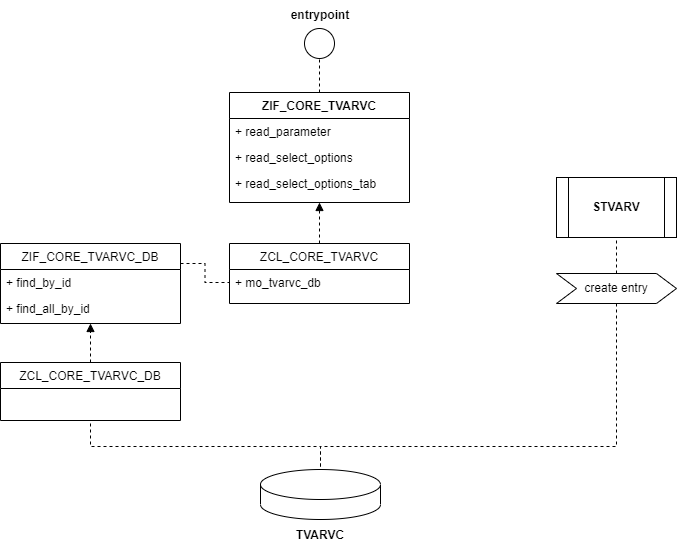
raketenstart-abap/abap-tvarvc keeps this draw.io diagram as .images/img-01.png. Above is the earlier version. Source tidied: cells renumbered, new cells last; positions are measured from the earlier drawing's top-left corner, leaving out a move shared by most shapes. Source of this version:
```xml
<mxGraphModel>
  <root>
    <mxCell id="0" />
    <mxCell id="1" parent="0" />
    <mxCell id="2" value="ZCL_CORE_TVARVC" style="swimlane;fontStyle=0;align=center;verticalAlign=top;horizontal=1;startSize=26;rounded=0;shadow=0;strokeWidth=1;" parent="1" vertex="1">
      <mxGeometry x="229" y="243" width="180" height="60" as="geometry" />
    </mxCell>
    <mxCell id="3" value="+ mo_tvarvc_db" style="text;align=left;verticalAlign=top;spacingLeft=4;spacingRight=4;overflow=hidden;points=[[0,0.5],[1,0.5]];portConstraint=eastwest;" parent="2" vertex="1">
      <mxGeometry y="26" width="180" height="26" as="geometry" />
    </mxCell>
    <mxCell id="4" value="ZIF_CORE_TVARVC" style="swimlane;fontStyle=1;align=center;verticalAlign=top;horizontal=1;startSize=26;rounded=0;shadow=0;strokeWidth=1;" parent="1" vertex="1">
      <mxGeometry x="229" y="92" width="180" height="110" as="geometry" />
    </mxCell>
    <mxCell id="5" value="+ read_parameter" style="text;align=left;verticalAlign=top;spacingLeft=4;spacingRight=4;overflow=hidden;" parent="4" vertex="1">
      <mxGeometry y="26" width="180" height="26" as="geometry" />
    </mxCell>
    <mxCell id="6" value="+ read_select_options" style="text;align=left;verticalAlign=top;spacingLeft=4;spacingRight=4;overflow=hidden;rounded=0;shadow=0;html=0;" parent="4" vertex="1">
      <mxGeometry y="52" width="180" height="26" as="geometry" />
    </mxCell>
    <mxCell id="7" value="+ read_select_options_tab" style="text;align=left;verticalAlign=top;spacingLeft=4;spacingRight=4;overflow=hidden;rounded=0;shadow=0;html=0;" parent="4" vertex="1">
      <mxGeometry y="78" width="180" height="26" as="geometry" />
    </mxCell>
    <mxCell id="8" style="endArrow=block;html=1;rounded=0;entryX=0.5;entryY=1;entryDx=0;entryDy=0;exitX=0.5;exitY=0;exitDx=0;exitDy=0;dashed=1;endFill=1;" parent="1" edge="1" source="2" target="4">
      <mxGeometry relative="1" as="geometry" />
    </mxCell>
    <mxCell id="9" value="ZIF_CORE_TVARVC_DB" style="swimlane;fontStyle=0;align=center;verticalAlign=top;horizontal=1;startSize=26;rounded=0;shadow=0;strokeWidth=1;" parent="1" vertex="1">
      <mxGeometry y="243" width="180" height="80" as="geometry" />
    </mxCell>
    <mxCell id="10" value="+ find_by_id" style="text;align=left;verticalAlign=top;spacingLeft=4;spacingRight=4;overflow=hidden;" parent="9" vertex="1">
      <mxGeometry y="26" width="180" height="26" as="geometry" />
    </mxCell>
    <mxCell id="11" value="+ find_all_by_id" style="text;align=left;verticalAlign=top;spacingLeft=4;spacingRight=4;overflow=hidden;rounded=0;shadow=0;html=0;" parent="9" vertex="1">
      <mxGeometry y="52" width="180" height="26" as="geometry" />
    </mxCell>
    <mxCell id="12" value="ZCL_CORE_TVARVC_DB" style="swimlane;fontStyle=0;align=center;verticalAlign=top;horizontal=1;startSize=26;rounded=0;shadow=0;strokeWidth=1;" parent="1" vertex="1">
      <mxGeometry y="362" width="180" height="58" as="geometry" />
    </mxCell>
    <mxCell id="13" style="endArrow=block;html=1;rounded=0;entryX=0.5;entryY=1;entryDx=0;entryDy=0;exitX=0.5;exitY=0;exitDx=0;exitDy=0;dashed=1;endFill=1;" parent="1" edge="1" source="12">
      <mxGeometry relative="1" as="geometry">
        <mxPoint x="90" y="323" as="targetPoint" />
      </mxGeometry>
    </mxCell>
    <mxCell id="14" style="shape=cylinder3;whiteSpace=wrap;html=1;boundedLbl=1;backgroundOutline=1;size=15;" parent="1" vertex="1">
      <mxGeometry x="260" y="469" width="120" height="50" as="geometry" />
    </mxCell>
    <mxCell id="15" style="endArrow=none;dashed=1;html=1;rounded=0;exitX=0.5;exitY=0;exitDx=0;exitDy=0;exitPerimeter=0;entryX=0.5;entryY=1;entryDx=0;entryDy=0;edgeStyle=orthogonalEdgeStyle;" parent="1" edge="1" target="12">
      <mxGeometry relative="1" as="geometry">
        <mxPoint x="320" y="466" as="sourcePoint" />
        <Array as="points">
          <mxPoint x="320" y="446" />
          <mxPoint x="90" y="446" />
        </Array>
      </mxGeometry>
    </mxCell>
    <mxCell id="16" value="&lt;b&gt;TVARVC&lt;/b&gt;" style="text;html=1;strokeColor=none;fillColor=none;align=center;verticalAlign=middle;whiteSpace=wrap;rounded=0;" parent="1" vertex="1">
      <mxGeometry x="290" y="520" width="60" height="30" as="geometry" />
    </mxCell>
    <mxCell id="17" style="endArrow=none;html=1;rounded=0;dashed=1;exitX=1;exitY=0.25;exitDx=0;exitDy=0;entryX=0;entryY=0.5;entryDx=0;entryDy=0;edgeStyle=orthogonalEdgeStyle;" parent="1" edge="1" source="9" target="3">
      <mxGeometry relative="1" as="geometry" />
    </mxCell>
    <mxCell id="18" value="&lt;b&gt;STVARV&lt;/b&gt;" style="shape=process;whiteSpace=wrap;html=1;backgroundOutline=1;" parent="1" vertex="1">
      <mxGeometry x="556" y="177" width="120" height="60" as="geometry" />
    </mxCell>
    <mxCell id="19" style="endArrow=none;dashed=1;html=1;rounded=0;exitX=0.5;exitY=0;exitDx=0;exitDy=0;exitPerimeter=0;entryX=0.5;entryY=1;entryDx=0;entryDy=0;edgeStyle=orthogonalEdgeStyle;" parent="1" edge="1" target="20">
      <mxGeometry relative="1" as="geometry">
        <mxPoint x="320" y="466" as="sourcePoint" />
        <Array as="points">
          <mxPoint x="320" y="446" />
          <mxPoint x="616" y="446" />
        </Array>
      </mxGeometry>
    </mxCell>
    <mxCell id="20" value="create entry" style="shape=step;perimeter=stepPerimeter;whiteSpace=wrap;html=1;fixedSize=1;" parent="1" vertex="1">
      <mxGeometry x="556" y="273" width="120" height="30" as="geometry" />
    </mxCell>
    <mxCell id="21" style="endArrow=none;dashed=1;html=1;strokeWidth=1;rounded=0;entryX=0.5;entryY=1;entryDx=0;entryDy=0;exitX=0.5;exitY=0;exitDx=0;exitDy=0;" parent="1" edge="1" source="20" target="18">
      <mxGeometry relative="1" as="geometry" />
    </mxCell>
    <mxCell id="22" style="ellipse;whiteSpace=wrap;html=1;" parent="1" vertex="1">
      <mxGeometry x="304" y="28" width="30" height="30" as="geometry" />
    </mxCell>
    <mxCell id="23" style="endArrow=none;dashed=1;html=1;rounded=0;strokeWidth=1;entryX=0.5;entryY=1;entryDx=0;entryDy=0;exitX=0.5;exitY=0;exitDx=0;exitDy=0;" parent="1" edge="1" source="4" target="22">
      <mxGeometry relative="1" as="geometry" />
    </mxCell>
    <mxCell id="24" value="&lt;b&gt;entrypoint&lt;/b&gt;" style="text;html=1;strokeColor=none;fillColor=none;align=center;verticalAlign=middle;whiteSpace=wrap;rounded=0;" parent="1" vertex="1">
      <mxGeometry x="290" width="60" height="30" as="geometry" />
    </mxCell>
  </root>
</mxGraphModel>
```
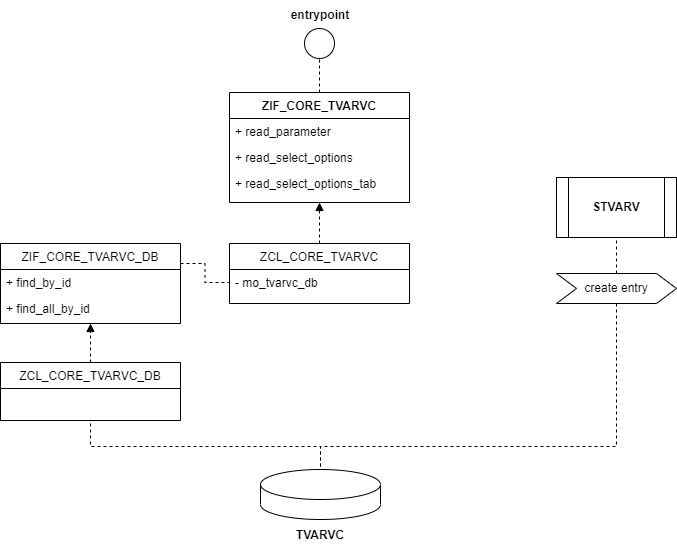
Above is the later version.

What changed in the source:
```diff
@@ -5,7 +5,7 @@
     <mxCell id="2" value="ZCL_CORE_TVARVC" style="swimlane;fontStyle=0;align=center;verticalAlign=top;horizontal=1;startSize=26;rounded=0;shadow=0;strokeWidth=1;" parent="1" vertex="1">
       <mxGeometry x="229" y="243" width="180" height="60" as="geometry" />
     </mxCell>
-    <mxCell id="3" value="+ mo_tvarvc_db" style="text;align=left;verticalAlign=top;spacingLeft=4;spacingRight=4;overflow=hidden;points=[[0,0.5],[1,0.5]];portConstraint=eastwest;" parent="2" vertex="1">
+    <mxCell id="3" value="- mo_tvarvc_db" style="text;align=left;verticalAlign=top;spacingLeft=4;spacingRight=4;overflow=hidden;points=[[0,0.5],[1,0.5]];portConstraint=eastwest;" parent="2" vertex="1">
       <mxGeometry y="26" width="180" height="26" as="geometry" />
     </mxCell>
     <mxCell id="4" value="ZIF_CORE_TVARVC" style="swimlane;fontStyle=1;align=center;verticalAlign=top;horizontal=1;startSize=26;rounded=0;shadow=0;strokeWidth=1;" parent="1" vertex="1">
```
